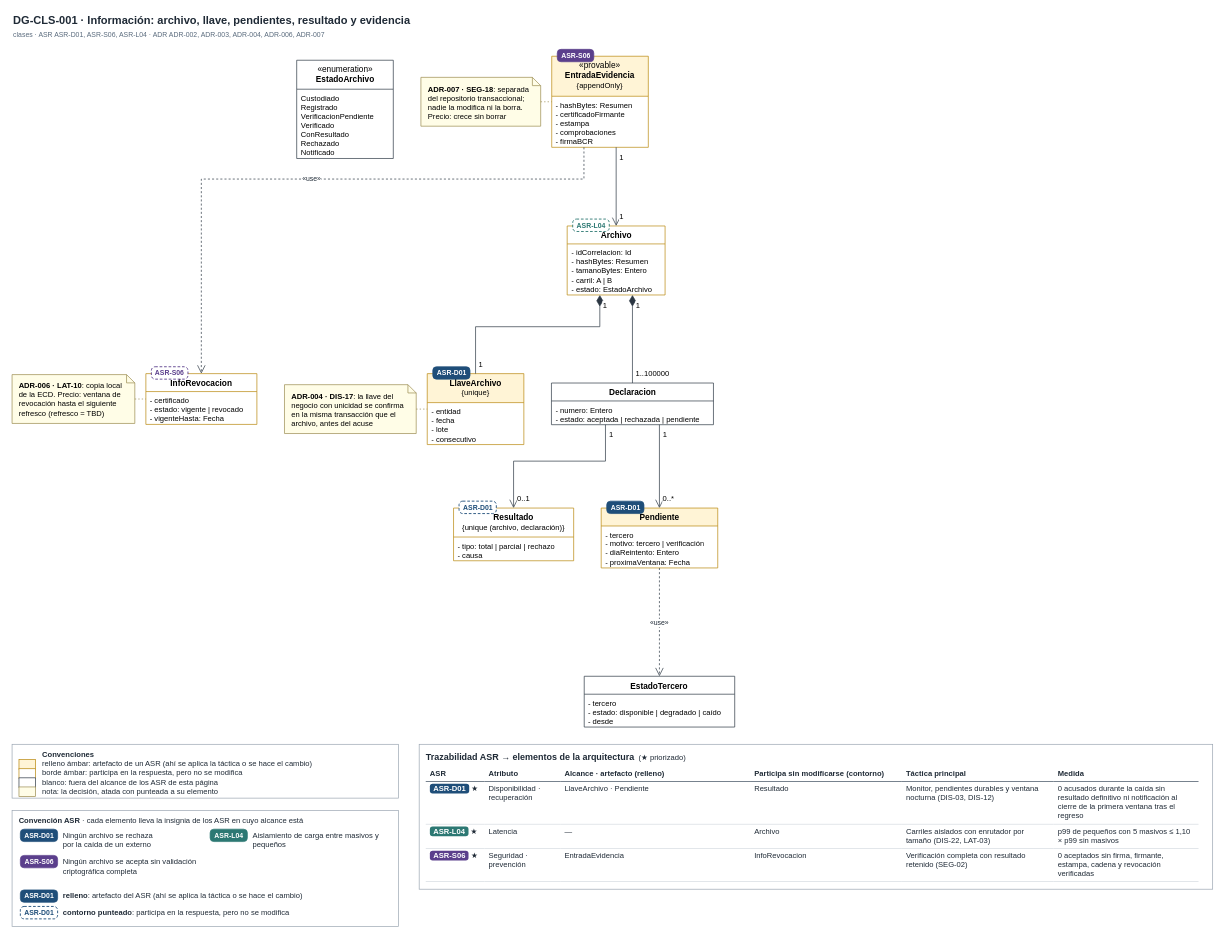
Above: page "DG-CLS-001 · Modelo de información" (1 of 4) of docs/modelos/drawio/vista-informacion.drawio in MATI-MBIT/arqsoft-reto-4 (draw.io), before the change. Source tidied: cells renumbered, new cells numbered last; positions are measured from the earlier drawing's top-left corner, leaving out a move shared by most shapes. Both pictures are drawn from the tidied source at 69%, with x=0, y=0 at pixel (12, 12).
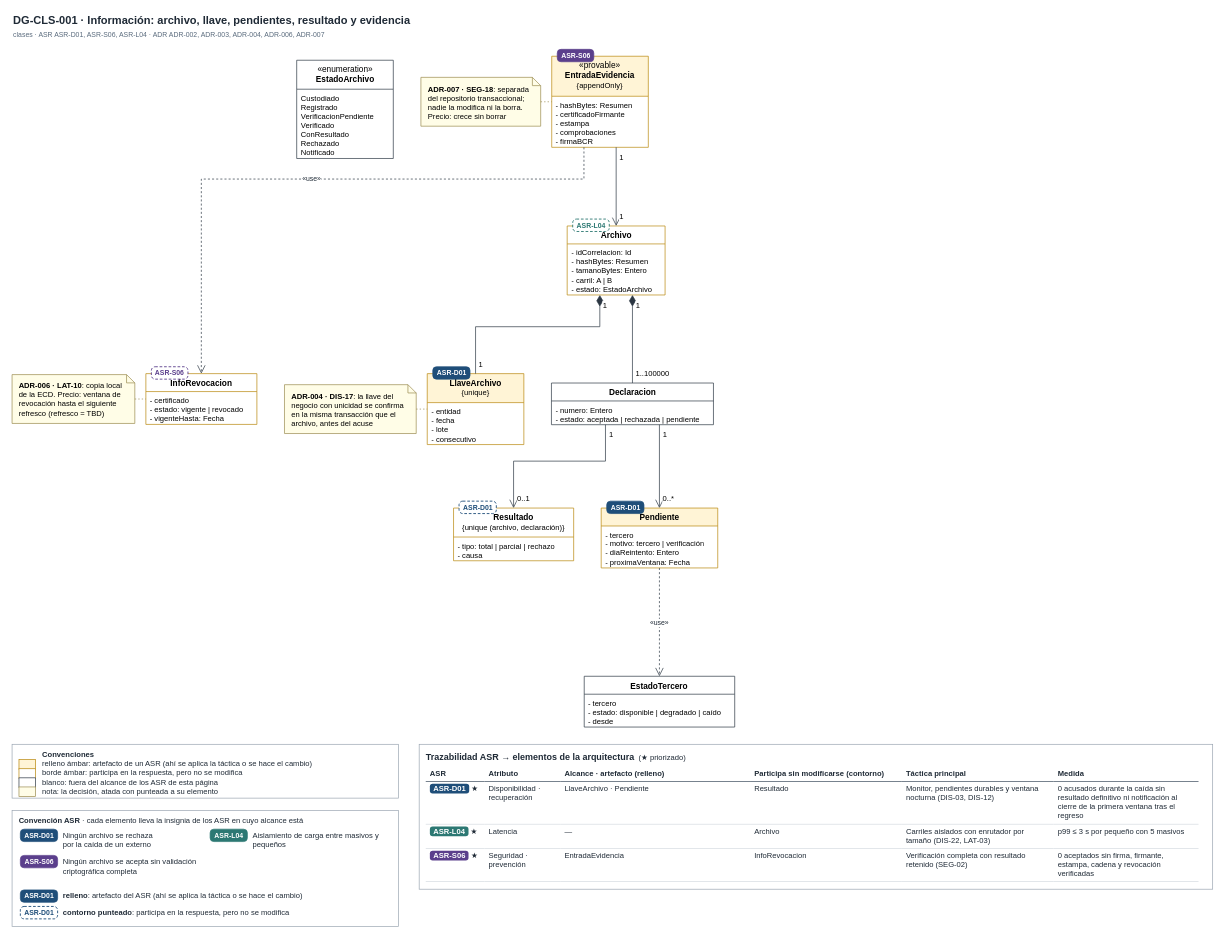
The same diagram, later.

Commit message (it also covers changes not shown here):
L04: medida directa p99 ≤ 3 s por archivo pequeño con 5 masivos

What changed in the source:
```diff
@@
-    <mxCell id="67" value="&lt;b style=&quot;font-size:13px&quot;&gt;Trazabilidad ASR → elementos de la arquitectura&lt;/b&gt; &amp;nbsp;(★ priorizado)&lt;table style=&quot;border-collapse:collapse;table-layout:fixed;width:1120px;margin-top:6px;font-size:11px&quot;&gt;&lt;tr&gt;&lt;th style=&quot;border-bottom:1.5px solid #3B4B5C;text-align:left;padding:4px 6px;width:73px&quot;&gt;ASR&lt;/th&gt;&lt;th style=&quot;border-bottom:1.5px solid #3B4B5C;text-align:left;padding:4px 6px;width:98px&quot;&gt;Atributo&lt;/th&gt;&lt;th style=&quot;border-bottom:1.5px solid #3B4B5C;text-align:left;padding:4px 6px;width:263px&quot;&gt;Alcance · artefacto (relleno)&lt;/th&gt;&lt;th style=&quot;border-bottom:1.5px solid #3B4B5C;text-align:left;padding:4px 6px;width:208px&quot;&gt;Participa sin modificarse (contorno)&lt;/th&gt;&lt;th style=&quot;border-bottom:1.5px solid #3B4B5C;text-align:left;padding:4px 6px;width:208px&quot;&gt;Táctica principal&lt;/th&gt;&lt;th style=&quot;border-bottom:1.5px solid #3B4B5C;text-align:left;padding:4px 6px;width:198px&quot;&gt;Medida&lt;/th&gt;&lt;/tr&gt;&lt;tr&gt;&lt;td style=&quot;border-bottom:1px solid #D5DBE1;padding:4px 6px;vertical-align:top;white-space:nowrap&quot;&gt;&lt;span style=&quot;background:#1F4E79;color:#fff;font-weight:bold;padding:1px 5px;border-radius:4px&quot;&gt;ASR-D01&lt;/span&gt; ★&lt;/td&gt;&lt;td style=&quot;border-bottom:1px solid #D5DBE1;padding:4px 6px;vertical-align:top&quot;&gt;Disponibilidad · recuperación&lt;/td&gt;&lt;td style=&quot;border-bottom:1px solid #D5DBE1;padding:4px 6px;vertical-align:top&quot;&gt;LlaveArchivo · Pendiente&lt;/td&gt;&lt;td style=&quot;border-bottom:1px solid #D5DBE1;padding:4px 6px;vertical-align:top&quot;&gt;Resultado&lt;/td&gt;&lt;td style=&quot;border-bottom:1px solid #D5DBE1;padding:4px 6px;vertical-align:top&quot;&gt;Monitor, pendientes durables y ventana nocturna (DIS-03, DIS-12)&lt;/td&gt;&lt;td style=&quot;border-bottom:1px solid #D5DBE1;padding:4px 6px;vertical-align:top&quot;&gt;0 acusados durante la caída sin resultado definitivo ni notificación al cierre de la primera ventana tras el regreso&lt;/td&gt;&lt;/tr&gt;&lt;tr&gt;&lt;td style=&quot;border-bottom:1px solid #D5DBE1;padding:4px 6px;vertical-align:top;white-space:nowrap&quot;&gt;&lt;span style=&quot;background:#2C7873;color:#fff;font-weight:bold;padding:1px 5px;border-radius:4px&quot;&gt;ASR-L04&lt;/span&gt; ★&lt;/td&gt;&lt;td style=&quot;border-bottom:1px solid #D5DBE1;padding:4px 6px;vertical-align:top&quot;&gt;Latencia&lt;/td&gt;&lt;td style=&quot;border-bottom:1px solid #D5DBE1;padding:4px 6px;vertical-align:top&quot;&gt;—&lt;/td&gt;&lt;td style=&quot;border-bottom:1px solid #D5DBE1;padding:4px 6px;vertical-align:top&quot;&gt;Archivo&lt;/td&gt;&lt;td style=&quot;border-bottom:1px solid #D5DBE1;padding:4px 6px;vertical-align:top&quot;&gt;Carriles aislados con enrutador por tamaño (DIS-22, LAT-03)&lt;/td&gt;&lt;td style=&quot;border-bottom:1px solid #D5DBE1;padding:4px 6px;vertical-align:top&quot;&gt;p99 de pequeños con 5 masivos ≤ 1,10 × p99 sin masivos&lt;/td&gt;&lt;/tr&gt;&lt;tr&gt;&lt;td style=&quot;border-bottom:1px solid #D5DBE1;padding:4px 6px;vertical-align:top;white-space:nowrap&quot;&gt;&lt;span style=&quot;background:#5B3F8C;color:#fff;font-weight:bold;padding:1px 5px;border-radius:4px&quot;&gt;ASR-S06&lt;/span&gt; ★&lt;/td&gt;&lt;td style=&quot;border-bottom:1px solid #D5DBE1;padding:4px 6px;vertical-align:top&quot;&gt;Seguridad · prevención&lt;/td&gt;&lt;td style=&quot;border-bottom:1px solid #D5DBE1;padding:4px 6px;vertical-align:top&quot;&gt;EntradaEvidencia&lt;/td&gt;&lt;td style=&quot;border-bottom:1px solid #D5DBE1;padding:4px 6px;vertical-align:top&quot;&gt;InfoRevocacion&lt;/td&gt;&lt;td style=&quot;border-bottom:1px solid #D5DBE1;padding:4px 6px;vertical-align:top&quot;&gt;Verificación completa con resultado retenido (SEG-02)&lt;/td&gt;&lt;td style=&quot;border-bottom:1px solid #D5DBE1;padding:4px 6px;vertical-align:top&quot;&gt;0 aceptados sin firma, firmante, estampa, cadena y revocación verificadas&lt;/td&gt;&lt;/tr&gt;&lt;/table&gt;" style="text;rounded=0;whiteSpace=wrap;html=1;fillColor=#FFFFFF;strokeColor=#9AA5B1;align=left;verticalAlign=top;spacingLeft=8;spacingRight=8;spacingTop=4;fontFamily=Helvetica;fontSize=11;fontColor=#1F2A36;" parent="1" vertex="1">
+    <mxCell id="67" value="&lt;b style=&quot;font-size:13px&quot;&gt;Trazabilidad ASR → elementos de la arquitectura&lt;/b&gt; &amp;nbsp;(★ priorizado)&lt;table style=&quot;border-collapse:collapse;table-layout:fixed;width:1120px;margin-top:6px;font-size:11px&quot;&gt;&lt;tr&gt;&lt;th style=&quot;border-bottom:1.5px solid #3B4B5C;text-align:left;padding:4px 6px;width:73px&quot;&gt;ASR&lt;/th&gt;&lt;th style=&quot;border-bottom:1.5px solid #3B4B5C;text-align:left;padding:4px 6px;width:98px&quot;&gt;Atributo&lt;/th&gt;&lt;th style=&quot;border-bottom:1.5px solid #3B4B5C;text-align:left;padding:4px 6px;width:263px&quot;&gt;Alcance · artefacto (relleno)&lt;/th&gt;&lt;th style=&quot;border-bottom:1.5px solid #3B4B5C;text-align:left;padding:4px 6px;width:208px&quot;&gt;Participa sin modificarse (contorno)&lt;/th&gt;&lt;th style=&quot;border-bottom:1.5px solid #3B4B5C;text-align:left;padding:4px 6px;width:208px&quot;&gt;Táctica principal&lt;/th&gt;&lt;th style=&quot;border-bottom:1.5px solid #3B4B5C;text-align:left;padding:4px 6px;width:198px&quot;&gt;Medida&lt;/th&gt;&lt;/tr&gt;&lt;tr&gt;&lt;td style=&quot;border-bottom:1px solid #D5DBE1;padding:4px 6px;vertical-align:top;white-space:nowrap&quot;&gt;&lt;span style=&quot;background:#1F4E79;color:#fff;font-weight:bold;padding:1px 5px;border-radius:4px&quot;&gt;ASR-D01&lt;/span&gt; ★&lt;/td&gt;&lt;td style=&quot;border-bottom:1px solid #D5DBE1;padding:4px 6px;vertical-align:top&quot;&gt;Disponibilidad · recuperación&lt;/td&gt;&lt;td style=&quot;border-bottom:1px solid #D5DBE1;padding:4px 6px;vertical-align:top&quot;&gt;LlaveArchivo · Pendiente&lt;/td&gt;&lt;td style=&quot;border-bottom:1px solid #D5DBE1;padding:4px 6px;vertical-align:top&quot;&gt;Resultado&lt;/td&gt;&lt;td style=&quot;border-bottom:1px solid #D5DBE1;padding:4px 6px;vertical-align:top&quot;&gt;Monitor, pendientes durables y ventana nocturna (DIS-03, DIS-12)&lt;/td&gt;&lt;td style=&quot;border-bottom:1px solid #D5DBE1;padding:4px 6px;vertical-align:top&quot;&gt;0 acusados durante la caída sin resultado definitivo ni notificación al cierre de la primera ventana tras el regreso&lt;/td&gt;&lt;/tr&gt;&lt;tr&gt;&lt;td style=&quot;border-bottom:1px solid #D5DBE1;padding:4px 6px;vertical-align:top;white-space:nowrap&quot;&gt;&lt;span style=&quot;background:#2C7873;color:#fff;font-weight:bold;padding:1px 5px;border-radius:4px&quot;&gt;ASR-L04&lt;/span&gt; ★&lt;/td&gt;&lt;td style=&quot;border-bottom:1px solid #D5DBE1;padding:4px 6px;vertical-align:top&quot;&gt;Latencia&lt;/td&gt;&lt;td style=&quot;border-bottom:1px solid #D5DBE1;padding:4px 6px;vertical-align:top&quot;&gt;—&lt;/td&gt;&lt;td style=&quot;border-bottom:1px solid #D5DBE1;padding:4px 6px;vertical-align:top&quot;&gt;Archivo&lt;/td&gt;&lt;td style=&quot;border-bottom:1px solid #D5DBE1;padding:4px 6px;vertical-align:top&quot;&gt;Carriles aislados con enrutador por tamaño (DIS-22, LAT-03)&lt;/td&gt;&lt;td style=&quot;border-bottom:1px solid #D5DBE1;padding:4px 6px;vertical-align:top&quot;&gt;p99 ≤ 3 s por pequeño con 5 masivos&lt;/td&gt;&lt;/tr&gt;&lt;tr&gt;&lt;td style=&quot;border-bottom:1px solid #D5DBE1;padding:4px 6px;vertical-align:top;white-space:nowrap&quot;&gt;&lt;span style=&quot;background:#5B3F8C;color:#fff;font-weight:bold;padding:1px 5px;border-radius:4px&quot;&gt;ASR-S06&lt;/span&gt; ★&lt;/td&gt;&lt;td style=&quot;border-bottom:1px solid #D5DBE1;padding:4px 6px;vertical-align:top&quot;&gt;Seguridad · prevención&lt;/td&gt;&lt;td style=&quot;border-bottom:1px solid #D5DBE1;padding:4px 6px;vertical-align:top&quot;&gt;EntradaEvidencia&lt;/td&gt;&lt;td style=&quot;border-bottom:1px solid #D5DBE1;padding:4px 6px;vertical-align:top&quot;&gt;InfoRevocacion&lt;/td&gt;&lt;td style=&quot;border-bottom:1px solid #D5DBE1;padding:4px 6px;vertical-align:top&quot;&gt;Verificación completa con resultado retenido (SEG-02)&lt;/td&gt;&lt;td style=&quot;border-bottom:1px solid #D5DBE1;padding:4px 6px;vertical-align:top&quot;&gt;0 aceptados sin firma, firmante, estampa, cadena y revocación verificadas&lt;/td&gt;&lt;/tr&gt;&lt;/table&gt;" style="text;rounded=0;whiteSpace=wrap;html=1;fillColor=#FFFFFF;strokeColor=#9AA5B1;align=left;verticalAlign=top;spacingLeft=8;spacingRight=8;spacingTop=4;fontFamily=Helvetica;fontSize=11;fontColor=#1F2A36;" parent="1" vertex="1">
       <mxGeometry x="590" y="1061.2" width="1150" height="210" as="geometry" />
     </mxCell>
```
